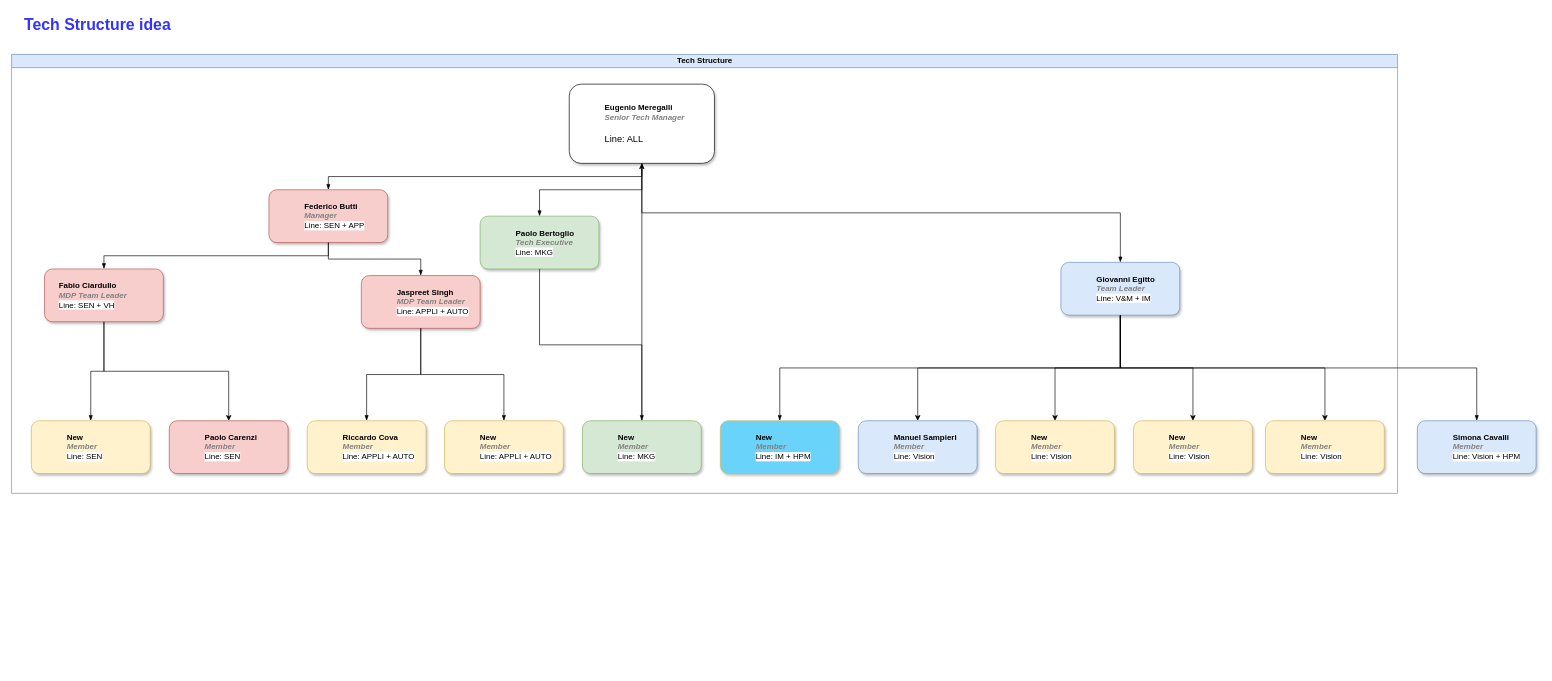
EugeMere/diagrams keeps this draw.io diagram as page "Future - FY-2022" (4 of 4) of Tech Team Structure.drawio. Above is the earlier version. Source tidied: cells renumbered, new cells numbered last; positions are measured from the earlier drawing's top-left corner, leaving out a move shared by most shapes. Both pictures are drawn from the tidied source at 66%, with x=0, y=0 at pixel (11, 11).
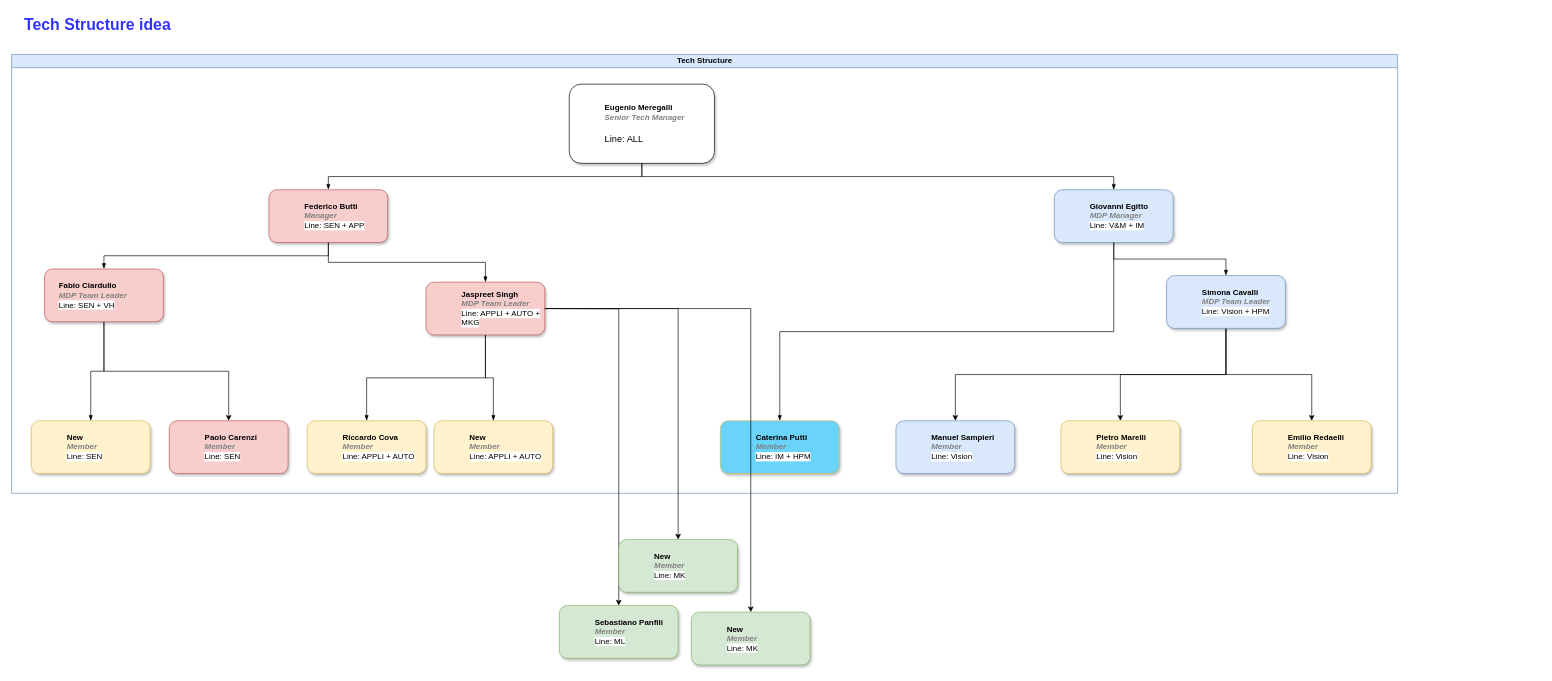
Above is the later version.

The change refers to these unchanged cells:
```xml
<mxCell id="2" value="Tech Structure" style="swimlane;html=1;startSize=20;horizontal=1;containerType=tree;glass=0;fillColor=#dae8fc;strokeColor=#6c8ebf;" parent="1" vertex="1">
  <mxGeometry y="65" width="2100" height="665" as="geometry" />
</mxCell>
<object id="3" label="%name%&lt;br&gt;&lt;i style=&quot;color: gray&quot;&gt;%position%&lt;br&gt;&lt;/i&gt;&lt;span style=&quot;font-family: , &amp;#34;blinkmacsystemfont&amp;#34; , &amp;#34;segoe ui variable&amp;#34; , &amp;#34;segoe ui&amp;#34; , , , &amp;#34;helvetica&amp;#34; , &amp;#34;arial&amp;#34; , sans-serif , &amp;#34;apple color emoji&amp;#34; , &amp;#34;segoe ui emoji&amp;#34; ; font-size: 14px ; font-weight: 400 ; background-color: rgb(255 , 255 , 255)&quot;&gt;&lt;br&gt;Line: %SupportLine%&lt;/span&gt;" SupportLine="ALL" name="Eugenio Meregalli" placeholders="1" position="Senior Tech Manager">
  <mxCell style="label;whiteSpace=wrap;html=1;rounded=1;glass=0;shadow=1;" parent="2" vertex="1">
    <mxGeometry x="845" y="45" width="220" height="120" as="geometry" />
  </mxCell>
</object>
```

Change to the diagram source:
```diff
@@
-    <mxCell id="8" style="edgeStyle=orthogonalEdgeStyle;rounded=0;jettySize=auto;html=1;exitX=0.5;exitY=1;exitDx=0;exitDy=0;" parent="2" edge="1" source="11" target="21">
+    <mxCell id="8" style="edgeStyle=orthogonalEdgeStyle;rounded=0;jettySize=auto;html=1;exitX=0.5;exitY=1;exitDx=0;exitDy=0;" parent="2" edge="1" source="37" target="21">
       <mxGeometry relative="1" as="geometry" />
     </mxCell>
-    <mxCell id="9" style="edgeStyle=orthogonalEdgeStyle;rounded=0;jettySize=auto;html=1;exitX=0.5;exitY=1;exitDx=0;exitDy=0;" parent="2" edge="1" source="11" target="19">
+    <mxCell id="9" style="edgeStyle=orthogonalEdgeStyle;rounded=0;jettySize=auto;html=1;exitX=0.5;exitY=1;exitDx=0;exitDy=0;" parent="2" edge="1" source="37" target="19">
       <mxGeometry relative="1" as="geometry" />
     </mxCell>
-    <mxCell id="10" style="edgeStyle=orthogonalEdgeStyle;rounded=0;jettySize=auto;html=1;exitX=0.5;exitY=1;exitDx=0;exitDy=0;" parent="2" edge="1" source="11" target="20">
+    <mxCell id="10" style="edgeStyle=orthogonalEdgeStyle;rounded=0;jettySize=auto;html=1;exitX=0.5;exitY=1;exitDx=0;exitDy=0;" parent="2" edge="1" source="37" target="20">
       <mxGeometry relative="1" as="geometry" />
     </mxCell>
-    <object id="11" label="%name%&lt;br&gt;&lt;i style=&quot;color: gray&quot;&gt;%position%&lt;br&gt;&lt;/i&gt;&lt;span style=&quot;font-weight: 400 ; background-color: rgb(255 , 255 , 255)&quot;&gt;Line:&amp;nbsp;&lt;/span&gt;&lt;span style=&quot;font-weight: 400 ; background-color: rgb(255 , 255 , 255)&quot;&gt;%SupportLine%&lt;/span&gt;" SupportLine="V&amp;M + IM" name="Giovanni Egitto" placeholders="1" position="Team Leader">
+    <object id="11" label="%name%&lt;br&gt;&lt;i style=&quot;color: gray&quot;&gt;%position%&lt;br&gt;&lt;/i&gt;&lt;span style=&quot;font-weight: 400 ; background-color: rgb(255 , 255 , 255)&quot;&gt;Line:&amp;nbsp;&lt;/span&gt;&lt;span style=&quot;font-weight: 400 ; background-color: rgb(255 , 255 , 255)&quot;&gt;%SupportLine%&lt;/span&gt;" SupportLine="V&amp;M + IM" name="Giovanni Egitto" placeholders="1" position="MDP Manager">
       <mxCell style="label;whiteSpace=wrap;html=1;rounded=1;glass=0;fillColor=#dae8fc;strokeColor=#6c8ebf;shadow=1;" parent="2" vertex="1">
-        <mxGeometry x="1590" y="315" width="180" height="80" as="geometry" />
+        <mxGeometry x="1580" y="205" width="180" height="80" as="geometry" />
       </mxCell>
     </object>
-    <mxCell id="12" style="endArrow=blockThin;endFill=1;fontSize=11;edgeStyle=elbowEdgeStyle;elbow=vertical;rounded=0;" parent="2" edge="1" source="3" target="13">
-      <mxGeometry relative="1" as="geometry" />
-    </mxCell>
-    <object id="13" label="%name%&lt;br&gt;&lt;i style=&quot;color: gray&quot;&gt;%position%&lt;br&gt;&lt;/i&gt;&lt;span style=&quot;font-weight: 400 ; background-color: rgb(255 , 255 , 255)&quot;&gt;Line:&amp;nbsp;&lt;/span&gt;&lt;span style=&quot;font-weight: 400 ; background-color: rgb(255 , 255 , 255)&quot;&gt;%SupportLine%&lt;/span&gt;" SupportLine="MKG" name="Paolo Bertoglio" placeholders="1" position="Tech Executive">
-      <mxCell style="label;whiteSpace=wrap;html=1;rounded=1;glass=0;fillColor=#d5e8d4;strokeColor=#82b366;shadow=1;" parent="2" vertex="1">
-        <mxGeometry x="710" y="245" width="180" height="80" as="geometry" />
-      </mxCell>
-    </object>
@@
-    <object id="15" label="%name%&lt;br&gt;&lt;i style=&quot;color: gray&quot;&gt;%position%&lt;br&gt;&lt;/i&gt;&lt;font style=&quot;font-size: 12px&quot;&gt;&lt;span style=&quot;font-weight: 400 ; background-color: rgb(255 , 255 , 255)&quot;&gt;Line: &lt;/span&gt;&lt;span style=&quot;font-weight: 400 ; background-color: rgb(255 , 255 , 255)&quot;&gt;&lt;font style=&quot;font-size: 12px&quot;&gt;%SupportLine%&lt;/font&gt;&lt;/span&gt;&lt;/font&gt;" SupportLine="APPLI + AUTO" name="Jaspreet Singh" placeholders="1" position="MDP Team Leader">
+    <object id="15" label="%name%&lt;br&gt;&lt;i style=&quot;color: gray&quot;&gt;%position%&lt;br&gt;&lt;/i&gt;&lt;font style=&quot;font-size: 12px&quot;&gt;&lt;span style=&quot;font-weight: 400 ; background-color: rgb(255 , 255 , 255)&quot;&gt;Line: &lt;/span&gt;&lt;span style=&quot;font-weight: 400 ; background-color: rgb(255 , 255 , 255)&quot;&gt;&lt;font style=&quot;font-size: 12px&quot;&gt;%SupportLine%&lt;/font&gt;&lt;/span&gt;&lt;/font&gt;" SupportLine="APPLI + AUTO + MKG" name="Jaspreet Singh" placeholders="1" position="MDP Team Leader">
       <mxCell style="label;whiteSpace=wrap;html=1;rounded=1;glass=0;fillColor=#f8cecc;strokeColor=#b85450;shadow=1;" parent="2" vertex="1">
-        <mxGeometry x="530" y="335" width="180" height="80" as="geometry" />
+        <mxGeometry x="628" y="345" width="180" height="80" as="geometry" />
       </mxCell>
     </object>
@@
-    <object id="19" label="%name%&lt;br&gt;&lt;i style=&quot;color: gray&quot;&gt;%position%&lt;br&gt;&lt;/i&gt;&lt;span style=&quot;font-weight: 400 ; background-color: rgb(255 , 255 , 255)&quot;&gt;Line:&amp;nbsp;&lt;/span&gt;&lt;span style=&quot;font-weight: 400 ; background-color: rgb(255 , 255 , 255)&quot;&gt;%SupportLine%&lt;/span&gt;" SupportLine="Vision" name="New" placeholders="1" position="Member">
+    <object id="19" label="%name%&lt;br&gt;&lt;i style=&quot;color: gray&quot;&gt;%position%&lt;br&gt;&lt;/i&gt;&lt;span style=&quot;font-weight: 400 ; background-color: rgb(255 , 255 , 255)&quot;&gt;Line:&amp;nbsp;&lt;/span&gt;&lt;span style=&quot;font-weight: 400 ; background-color: rgb(255 , 255 , 255)&quot;&gt;%SupportLine%&lt;/span&gt;" SupportLine="Vision" name="Pietro Marelli" placeholders="1" position="Member">
       <mxCell style="label;whiteSpace=wrap;html=1;rounded=1;glass=0;fillColor=#fff2cc;strokeColor=#d6b656;shadow=1;fontColor=#000000;" parent="2" vertex="1">
-        <mxGeometry x="1491" y="555" width="180" height="80" as="geometry" />
+        <mxGeometry x="1590" y="555" width="180" height="80" as="geometry" />
       </mxCell>
     </object>
-    <object id="20" label="%name%&lt;br&gt;&lt;i style=&quot;color: gray&quot;&gt;%position%&lt;br&gt;&lt;/i&gt;&lt;span style=&quot;font-weight: 400 ; background-color: rgb(255 , 255 , 255)&quot;&gt;Line:&amp;nbsp;&lt;/span&gt;&lt;span style=&quot;font-weight: 400 ; background-color: rgb(255 , 255 , 255)&quot;&gt;%SupportLine%&lt;/span&gt;" SupportLine="Vision" name="New" placeholders="1" position="Member">
+    <object id="20" label="%name%&lt;br&gt;&lt;i style=&quot;color: gray&quot;&gt;%position%&lt;br&gt;&lt;/i&gt;&lt;span style=&quot;font-weight: 400 ; background-color: rgb(255 , 255 , 255)&quot;&gt;Line:&amp;nbsp;&lt;/span&gt;&lt;span style=&quot;font-weight: 400 ; background-color: rgb(255 , 255 , 255)&quot;&gt;%SupportLine%&lt;/span&gt;" SupportLine="Vision" name="Emilio Redaelli" placeholders="1" position="Member">
       <mxCell style="label;whiteSpace=wrap;html=1;rounded=1;glass=0;fillColor=#fff2cc;strokeColor=#d6b656;shadow=1;fontColor=#000000;" parent="2" vertex="1">
-        <mxGeometry x="1700" y="555" width="180" height="80" as="geometry" />
+        <mxGeometry x="1880" y="555" width="180" height="80" as="geometry" />
       </mxCell>
     </object>
     <object id="21" label="%name%&lt;br&gt;&lt;i style=&quot;color: gray&quot;&gt;%position%&lt;br&gt;&lt;/i&gt;&lt;span style=&quot;font-weight: 400 ; background-color: rgb(255 , 255 , 255)&quot;&gt;Line:&amp;nbsp;&lt;/span&gt;&lt;span style=&quot;font-weight: 400 ; background-color: rgb(255 , 255 , 255)&quot;&gt;%SupportLine%&lt;/span&gt;" SupportLine="Vision" name="Manuel Sampieri" placeholders="1" position="Member">
       <mxCell style="label;whiteSpace=wrap;html=1;rounded=1;glass=0;fillColor=#dae8fc;strokeColor=#6c8ebf;shadow=1;" parent="2" vertex="1">
-        <mxGeometry x="1283" y="555" width="180" height="80" as="geometry" />
+        <mxGeometry x="1340" y="555" width="180" height="80" as="geometry" />
       </mxCell>
     </object>
@@
-    <object id="23" label="%name%&lt;br&gt;&lt;i style=&quot;color: gray&quot;&gt;%position%&lt;br&gt;&lt;/i&gt;&lt;span style=&quot;font-weight: 400 ; background-color: rgb(255 , 255 , 255)&quot;&gt;Line:&amp;nbsp;&lt;/span&gt;&lt;span style=&quot;font-weight: 400 ; background-color: rgb(255 , 255 , 255)&quot;&gt;%SupportLine%&lt;/span&gt;" SupportLine="IM + HPM" name="New" placeholders="1" position="Member">
+    <object id="23" label="%name%&lt;br&gt;&lt;i style=&quot;color: gray&quot;&gt;%position%&lt;br&gt;&lt;/i&gt;&lt;span style=&quot;font-weight: 400 ; background-color: rgb(255 , 255 , 255)&quot;&gt;Line:&amp;nbsp;&lt;/span&gt;&lt;span style=&quot;font-weight: 400 ; background-color: rgb(255 , 255 , 255)&quot;&gt;%SupportLine%&lt;/span&gt;" SupportLine="IM + HPM" name="Caterina Putti" placeholders="1" position="Member">
       <mxCell style="label;whiteSpace=wrap;html=1;rounded=1;glass=0;fillColor=#69D3FA;strokeColor=#d6b656;shadow=1;fontColor=#000000;" parent="2" vertex="1">
         <mxGeometry x="1074" y="555" width="180" height="80" as="geometry" />
       </mxCell>
     </object>
@@
     <object id="27" label="%name%&lt;br&gt;&lt;i style=&quot;color: gray&quot;&gt;%position%&lt;br&gt;&lt;/i&gt;&lt;font style=&quot;font-size: 12px&quot;&gt;&lt;span style=&quot;font-weight: 400 ; background-color: rgb(255 , 255 , 255)&quot;&gt;Line: &lt;/span&gt;&lt;span style=&quot;font-weight: 400 ; background-color: rgb(255 , 255 , 255)&quot;&gt;&lt;font style=&quot;font-size: 12px&quot;&gt;%SupportLine%&lt;/font&gt;&lt;/span&gt;&lt;/font&gt;" SupportLine="APPLI + AUTO" name="New" placeholders="1" position="Member">
       <mxCell style="label;whiteSpace=wrap;html=1;rounded=1;glass=0;fillColor=#fff2cc;strokeColor=#d6b656;shadow=1;fontColor=#000000;" parent="2" vertex="1">
-        <mxGeometry x="656" y="555" width="180" height="80" as="geometry" />
+        <mxGeometry x="640" y="555" width="180" height="80" as="geometry" />
       </mxCell>
     </object>
-    <mxCell id="28" style="endArrow=blockThin;endFill=1;fontSize=11;edgeStyle=elbowEdgeStyle;elbow=vertical;rounded=0;" parent="2" edge="1" source="13" target="30">
-      <mxGeometry relative="1" as="geometry" />
-    </mxCell>
-    <mxCell id="29" style="edgeStyle=orthogonalEdgeStyle;rounded=0;jettySize=auto;html=1;exitX=0.5;exitY=0;exitDx=0;exitDy=0;entryX=0.5;entryY=1;entryDx=0;entryDy=0;" parent="2" edge="1" source="30" target="3">
-      <mxGeometry relative="1" as="geometry" />
-    </mxCell>
-    <object id="30" label="%name%&lt;br&gt;&lt;i style=&quot;color: gray&quot;&gt;%position%&lt;br&gt;&lt;/i&gt;&lt;span style=&quot;font-weight: 400 ; background-color: rgb(255 , 255 , 255)&quot;&gt;Line:&amp;nbsp;&lt;/span&gt;&lt;span style=&quot;font-weight: 400 ; background-color: rgb(255 , 255 , 255)&quot;&gt;%SupportLine%&lt;/span&gt;" SupportLine="MKG" name="New" placeholders="1" position="Member">
-      <mxCell style="label;whiteSpace=wrap;html=1;rounded=1;glass=0;fillColor=#d5e8d4;strokeColor=#82b366;shadow=1;" parent="2" vertex="1">
-        <mxGeometry x="865" y="555" width="180" height="80" as="geometry" />
-      </mxCell>
-    </object>
@@
-    <mxCell id="33" value="Tech Structure idea" style="text;strokeColor=none;fillColor=none;html=1;fontSize=24;fontStyle=1;verticalAlign=middle;align=center;fontColor=#3333FF;" parent="1" vertex="1">
-      <mxGeometry x="10" width="240" height="40" as="geometry" />
-    </mxCell>
-    <object id="34" label="%name%&lt;br&gt;&lt;i style=&quot;color: gray&quot;&gt;%position%&lt;br&gt;&lt;/i&gt;&lt;span style=&quot;font-weight: 400 ; background-color: rgb(255 , 255 , 255)&quot;&gt;Line:&amp;nbsp;&lt;/span&gt;&lt;span style=&quot;font-weight: 400 ; background-color: rgb(255 , 255 , 255)&quot;&gt;%SupportLine%&lt;/span&gt;" SupportLine="Vision" name="New" placeholders="1" position="Member">
-      <mxCell style="label;whiteSpace=wrap;html=1;rounded=1;glass=0;fillColor=#fff2cc;strokeColor=#d6b656;shadow=1;fontColor=#000000;" parent="1" vertex="1">
-        <mxGeometry x="1900" y="620" width="180" height="80" as="geometry" />
-      </mxCell>
-    </object>
-    <mxCell id="35" style="endArrow=blockThin;endFill=1;fontSize=11;edgeStyle=elbowEdgeStyle;elbow=vertical;rounded=0;" parent="1" edge="1" source="1" target="34">
-      <mxGeometry relative="1" as="geometry" />
-    </mxCell>
-    <mxCell id="36" style="edgeStyle=orthogonalEdgeStyle;rounded=0;jettySize=auto;html=1;exitX=0.5;exitY=1;exitDx=0;exitDy=0;" parent="1" edge="1" source="11" target="34">
-      <mxGeometry relative="1" as="geometry" />
-    </mxCell>
-    <object id="37" label="%name%&lt;br&gt;&lt;i style=&quot;color: gray&quot;&gt;%position%&lt;br&gt;&lt;/i&gt;&lt;span style=&quot;font-weight: 400 ; background-color: rgb(255 , 255 , 255)&quot;&gt;Line:&amp;nbsp;&lt;/span&gt;&lt;span style=&quot;font-weight: 400 ; background-color: rgb(255 , 255 , 255)&quot;&gt;%SupportLine%&lt;/span&gt;" SupportLine="Vision + HPM" name="Simona Cavalli" placeholders="1" position="Member">
-      <mxCell style="label;whiteSpace=wrap;html=1;rounded=1;glass=0;fillColor=#dae8fc;strokeColor=#6c8ebf;shadow=1;" parent="1" vertex="1">
-        <mxGeometry x="2130" y="620" width="180" height="80" as="geometry" />
+    <object id="37" label="%name%&lt;br&gt;&lt;i style=&quot;color: gray&quot;&gt;%position%&lt;br&gt;&lt;/i&gt;&lt;span style=&quot;font-weight: 400 ; background-color: rgb(255 , 255 , 255)&quot;&gt;Line:&amp;nbsp;&lt;/span&gt;&lt;span style=&quot;font-weight: 400 ; background-color: rgb(255 , 255 , 255)&quot;&gt;%SupportLine%&lt;/span&gt;" SupportLine="Vision + HPM" name="Simona Cavalli" placeholders="1" position="MDP Team Leader">
+      <mxCell style="label;whiteSpace=wrap;html=1;rounded=1;glass=0;fillColor=#dae8fc;strokeColor=#6c8ebf;shadow=1;" parent="2" vertex="1">
+        <mxGeometry x="1750" y="335" width="180" height="80" as="geometry" />
       </mxCell>
     </object>
-    <mxCell id="38" style="endArrow=blockThin;endFill=1;fontSize=11;edgeStyle=elbowEdgeStyle;elbow=vertical;rounded=0;" parent="1" edge="1" source="11" target="37">
+    <mxCell id="38" style="endArrow=blockThin;endFill=1;fontSize=11;edgeStyle=elbowEdgeStyle;elbow=vertical;rounded=0;" parent="2" edge="1" source="11" target="37">
       <mxGeometry relative="1" as="geometry" />
     </mxCell>
+    <mxCell id="33" value="Tech Structure idea" style="text;strokeColor=none;fillColor=none;html=1;fontSize=24;fontStyle=1;verticalAlign=middle;align=center;fontColor=#3333FF;" parent="1" vertex="1">
+      <mxGeometry x="10" width="240" height="40" as="geometry" />
+    </mxCell>
+    <object id="30" label="%name%&lt;br&gt;&lt;i style=&quot;color: gray&quot;&gt;%position%&lt;br&gt;&lt;/i&gt;&lt;span style=&quot;font-weight: 400 ; background-color: rgb(255 , 255 , 255)&quot;&gt;Line:&amp;nbsp;&lt;/span&gt;&lt;span style=&quot;font-weight: 400 ; background-color: rgb(255 , 255 , 255)&quot;&gt;%SupportLine%&lt;/span&gt;" SupportLine="ML" name="Sebastiano Panfili" placeholders="1" position="Member">
+      <mxCell style="label;whiteSpace=wrap;html=1;rounded=1;glass=0;fillColor=#d5e8d4;strokeColor=#82b366;shadow=1;" parent="1" vertex="1">
+        <mxGeometry x="830" y="900" width="180" height="80" as="geometry" />
+      </mxCell>
+    </object>
+    <mxCell id="39" style="edgeStyle=orthogonalEdgeStyle;rounded=0;jettySize=auto;html=1;entryX=0.5;entryY=0;entryDx=0;entryDy=0;" parent="1" edge="1" target="30">
+      <mxGeometry relative="1" as="geometry">
+        <mxPoint x="810" y="450" as="sourcePoint" />
+      </mxGeometry>
+    </mxCell>
+    <object id="40" label="%name%&lt;br&gt;&lt;i style=&quot;color: gray&quot;&gt;%position%&lt;br&gt;&lt;/i&gt;&lt;span style=&quot;font-weight: 400 ; background-color: rgb(255 , 255 , 255)&quot;&gt;Line:&amp;nbsp;&lt;/span&gt;&lt;span style=&quot;font-weight: 400 ; background-color: rgb(255 , 255 , 255)&quot;&gt;%SupportLine%&lt;/span&gt;" SupportLine="MK" name="New" placeholders="1" position="Member">
+      <mxCell style="label;whiteSpace=wrap;html=1;rounded=1;glass=0;fillColor=#d5e8d4;strokeColor=#82b366;shadow=1;" parent="1" vertex="1">
+        <mxGeometry x="920" y="800" width="180" height="80" as="geometry" />
+      </mxCell>
+    </object>
+    <mxCell id="41" style="edgeStyle=orthogonalEdgeStyle;rounded=0;jettySize=auto;html=1;entryX=0.5;entryY=0;entryDx=0;entryDy=0;" parent="1" edge="1" source="15" target="40">
+      <mxGeometry relative="1" as="geometry" />
+    </mxCell>
+    <object id="42" label="%name%&lt;br&gt;&lt;i style=&quot;color: gray&quot;&gt;%position%&lt;br&gt;&lt;/i&gt;&lt;span style=&quot;font-weight: 400 ; background-color: rgb(255 , 255 , 255)&quot;&gt;Line:&amp;nbsp;&lt;/span&gt;&lt;span style=&quot;font-weight: 400 ; background-color: rgb(255 , 255 , 255)&quot;&gt;%SupportLine%&lt;/span&gt;" SupportLine="MK" name="New" placeholders="1" position="Member">
+      <mxCell style="label;whiteSpace=wrap;html=1;rounded=1;glass=0;fillColor=#d5e8d4;strokeColor=#82b366;shadow=1;" parent="1" vertex="1">
+        <mxGeometry x="1030" y="910" width="180" height="80" as="geometry" />
+      </mxCell>
+    </object>
+    <mxCell id="43" style="edgeStyle=orthogonalEdgeStyle;rounded=0;jettySize=auto;html=1;" parent="1" edge="1" source="15" target="42">
+      <mxGeometry relative="1" as="geometry" />
+    </mxCell>
```
